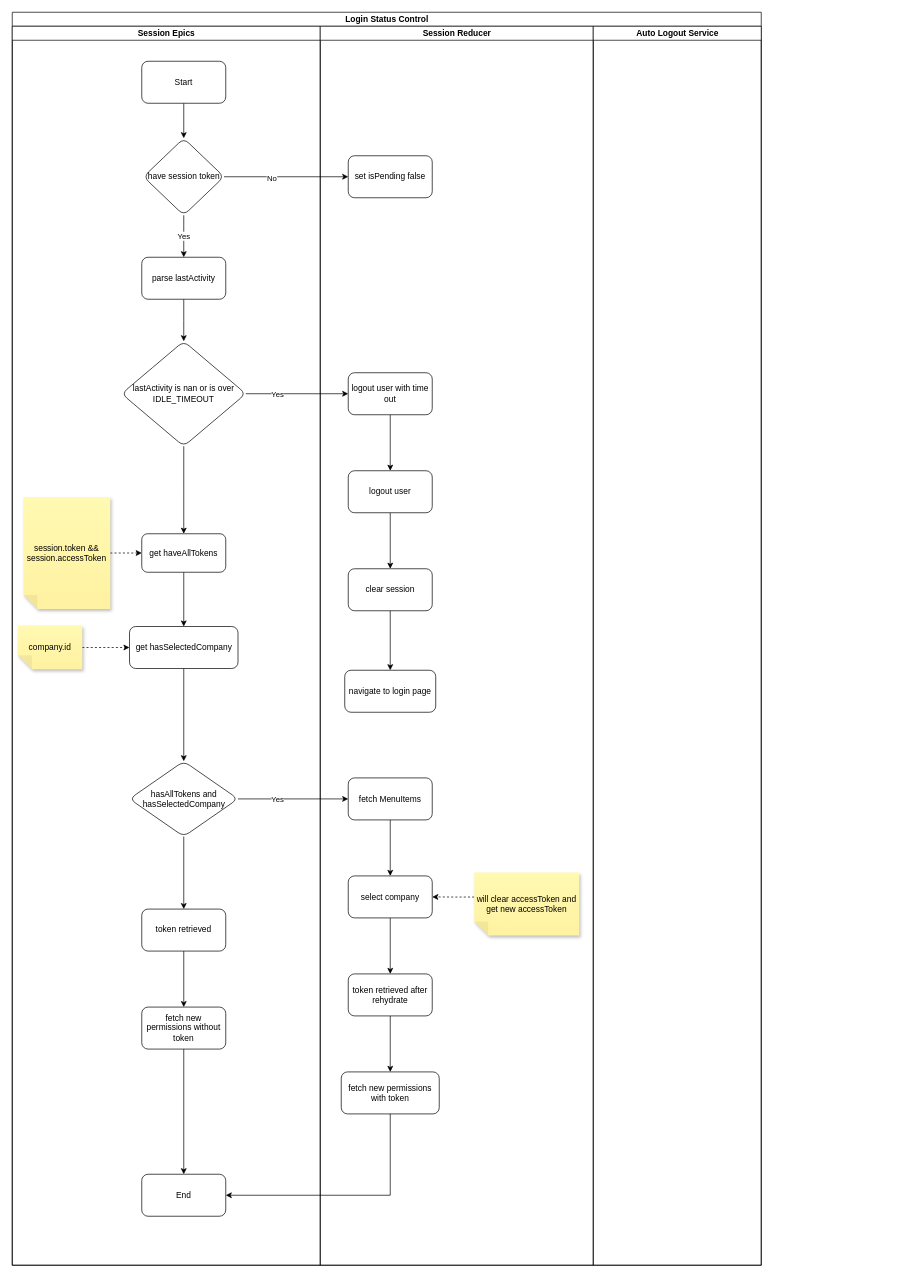
The draw.io diagram Portal Login Status Control.drawio in SmileSB1O1/draw-active, before the edit. Source tidied: cells renumbered, new cells numbered last; positions are measured from the earlier drawing's top-left corner, leaving out a move shared by most shapes. Both pictures are drawn from the tidied source at 70%, with x=0, y=0 at pixel (12, 12).
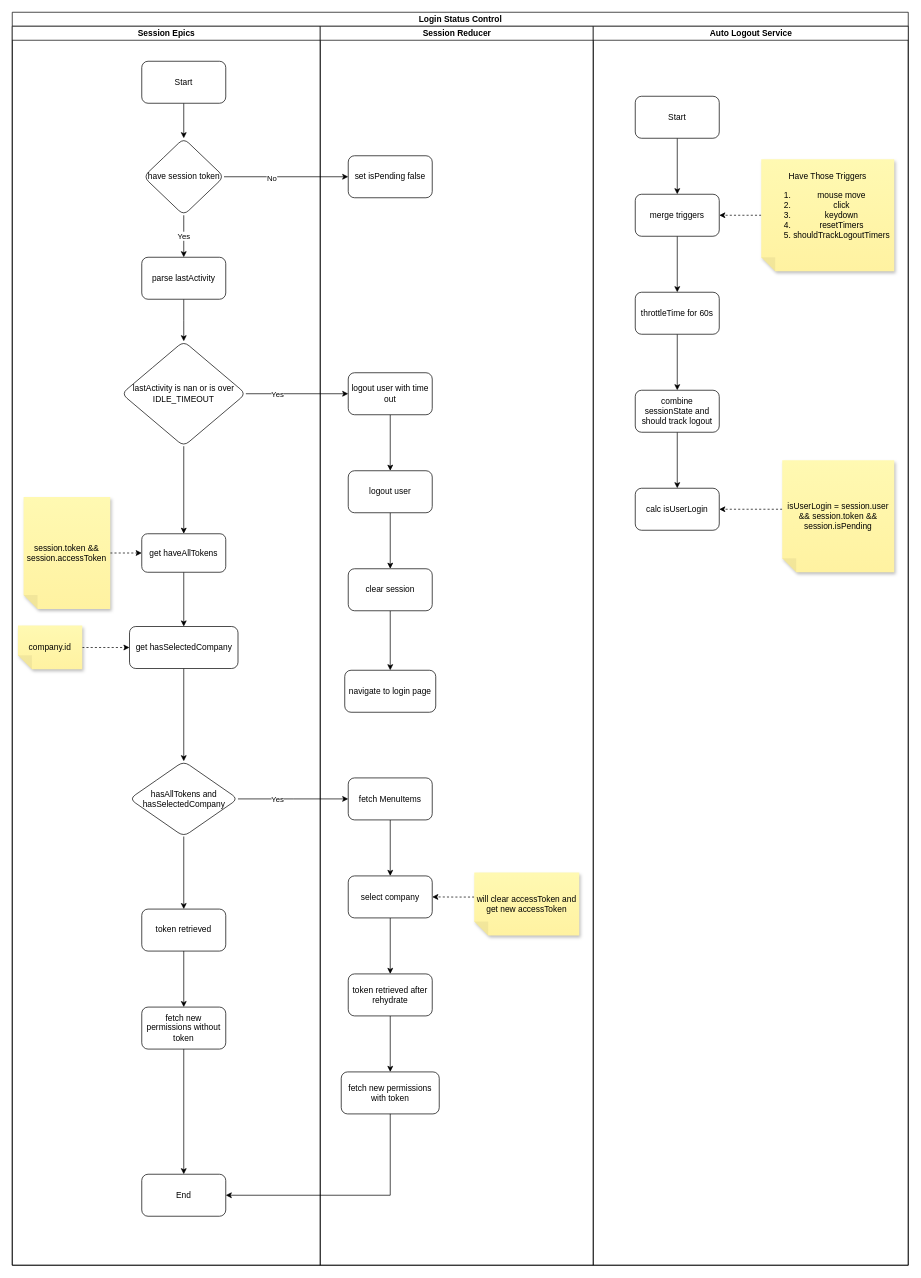
The same diagram, later.

What changed in the source:
```diff
@@
     <mxCell id="2" value="Login Status Control" style="swimlane;startSize=20;html=1;" parent="1" vertex="1">
-      <mxGeometry width="1070" height="1790" as="geometry" />
+      <mxGeometry width="1280" height="1790" as="geometry" />
     </mxCell>
@@
     <mxCell id="45" value="Auto Logout Service" style="swimlane;startSize=20;html=1;" parent="2" vertex="1">
-      <mxGeometry x="830" y="20" width="240" height="1770" as="geometry" />
+      <mxGeometry x="830" y="20" width="450" height="1770" as="geometry" />
     </mxCell>
+    <mxCell id="53" style="edgeStyle=orthogonalEdgeStyle;rounded=0;jettySize=auto;html=1;" parent="45" edge="1" source="54" target="56">
+      <mxGeometry relative="1" as="geometry" />
+    </mxCell>
+    <mxCell id="54" value="Start" style="rounded=1;whiteSpace=wrap;html=1;" parent="45" vertex="1">
+      <mxGeometry x="60" y="100" width="120" height="60" as="geometry" />
+    </mxCell>
+    <mxCell id="55" style="edgeStyle=orthogonalEdgeStyle;rounded=0;jettySize=auto;html=1;" parent="45" edge="1" source="56" target="60">
+      <mxGeometry relative="1" as="geometry" />
+    </mxCell>
+    <mxCell id="56" value="merge triggers" style="whiteSpace=wrap;html=1;rounded=1;" parent="45" vertex="1">
+      <mxGeometry x="60" y="240" width="120" height="60" as="geometry" />
+    </mxCell>
+    <mxCell id="57" style="edgeStyle=orthogonalEdgeStyle;rounded=0;jettySize=auto;html=1;entryX=1;entryY=0.5;entryDx=0;entryDy=0;dashed=1;" parent="45" edge="1" source="58" target="56">
+      <mxGeometry relative="1" as="geometry" />
+    </mxCell>
+    <mxCell id="58" value="&lt;div&gt;Have Those Triggers&lt;/div&gt;&lt;ol&gt;&lt;li&gt;mouse move&lt;/li&gt;&lt;li&gt;click&lt;/li&gt;&lt;li&gt;keydown&lt;/li&gt;&lt;li&gt;resetTimers&lt;/li&gt;&lt;li&gt;shouldTrackLogoutTimers&lt;/li&gt;&lt;/ol&gt;&lt;div&gt;&lt;div&gt;&lt;br&gt;&lt;/div&gt;&lt;/div&gt;" style="shape=note;whiteSpace=wrap;html=1;backgroundOutline=1;fontColor=#000000;darkOpacity=0.05;fillColor=#FFF9B2;strokeColor=none;fillStyle=solid;direction=west;gradientDirection=north;gradientColor=#FFF2A1;shadow=1;size=20;" parent="45" vertex="1">
+      <mxGeometry x="240" y="190" width="190" height="160" as="geometry" />
+    </mxCell>
+    <mxCell id="59" style="edgeStyle=orthogonalEdgeStyle;rounded=0;jettySize=auto;html=1;" parent="45" edge="1" source="60" target="62">
+      <mxGeometry relative="1" as="geometry" />
+    </mxCell>
+    <mxCell id="60" value="throttleTime for 60s" style="whiteSpace=wrap;html=1;rounded=1;" parent="45" vertex="1">
+      <mxGeometry x="60" y="380" width="120" height="60" as="geometry" />
+    </mxCell>
+    <mxCell id="61" style="edgeStyle=orthogonalEdgeStyle;rounded=0;jettySize=auto;html=1;" parent="45" edge="1" source="62" target="63">
+      <mxGeometry relative="1" as="geometry" />
+    </mxCell>
+    <mxCell id="62" value="combine&lt;br&gt;sessionState and should track logout" style="whiteSpace=wrap;html=1;rounded=1;" parent="45" vertex="1">
+      <mxGeometry x="60" y="520" width="120" height="60" as="geometry" />
+    </mxCell>
+    <mxCell id="63" value="calc isUserLogin" style="whiteSpace=wrap;html=1;rounded=1;" parent="45" vertex="1">
+      <mxGeometry x="60" y="660" width="120" height="60" as="geometry" />
+    </mxCell>
+    <mxCell id="64" style="edgeStyle=orthogonalEdgeStyle;rounded=0;jettySize=auto;html=1;exitX=0;exitY=0;exitDx=160;exitDy=90;exitPerimeter=0;entryX=1;entryY=0.5;entryDx=0;entryDy=0;dashed=1;" parent="45" edge="1" source="65" target="63">
+      <mxGeometry relative="1" as="geometry" />
+    </mxCell>
+    <mxCell id="65" value="isUserLogin = session.user &amp;amp;&amp;amp; session.token &amp;amp;&amp;amp; session.isPending" style="shape=note;whiteSpace=wrap;html=1;backgroundOutline=1;fontColor=#000000;darkOpacity=0.05;fillColor=#FFF9B2;strokeColor=none;fillStyle=solid;direction=west;gradientDirection=north;gradientColor=#FFF2A1;shadow=1;size=20;" parent="45" vertex="1">
+      <mxGeometry x="270" y="620" width="160" height="160" as="geometry" />
+    </mxCell>
```
